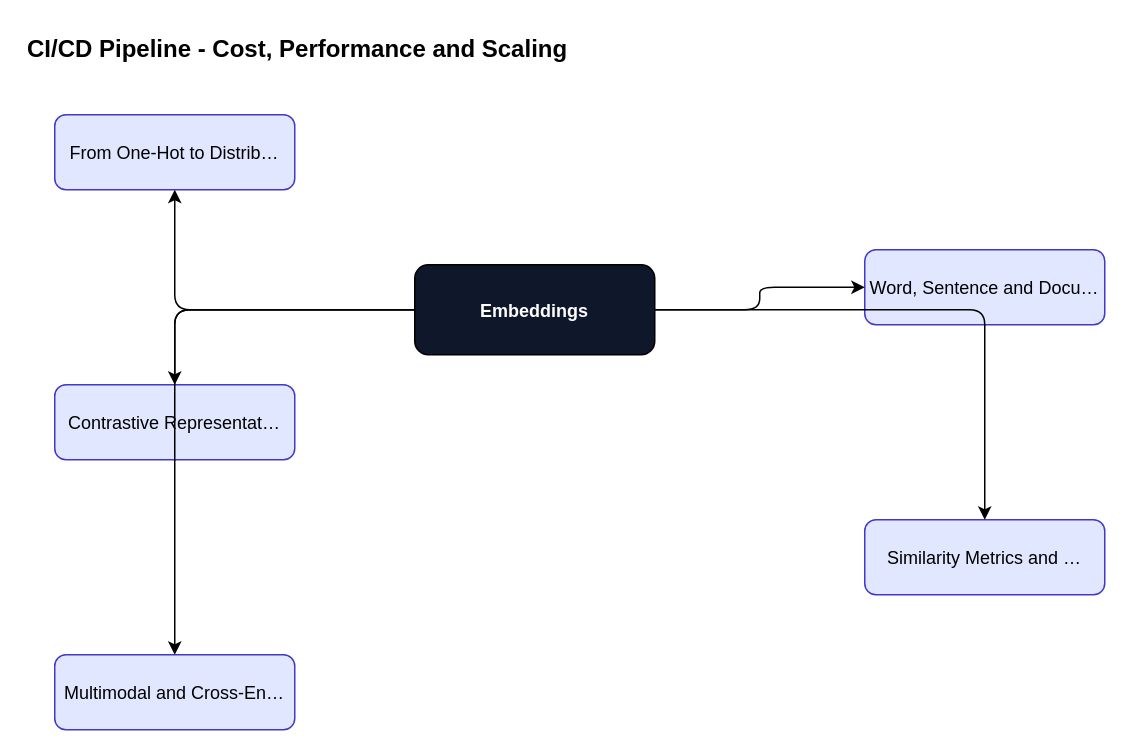
This is content/embeddings/embeddings-foundations/diagrams/fig-030-ci-cd-pipeline.drawio from ankit05121980/AI-University, a draw.io file, before an edit. Source tidied: cells renumbered, new cells numbered last; positions are measured from the earlier drawing's top-left corner, leaving out a move shared by most shapes. Both pictures are drawn from the tidied source at 150%, with x=0, y=0 at pixel (24, 24).
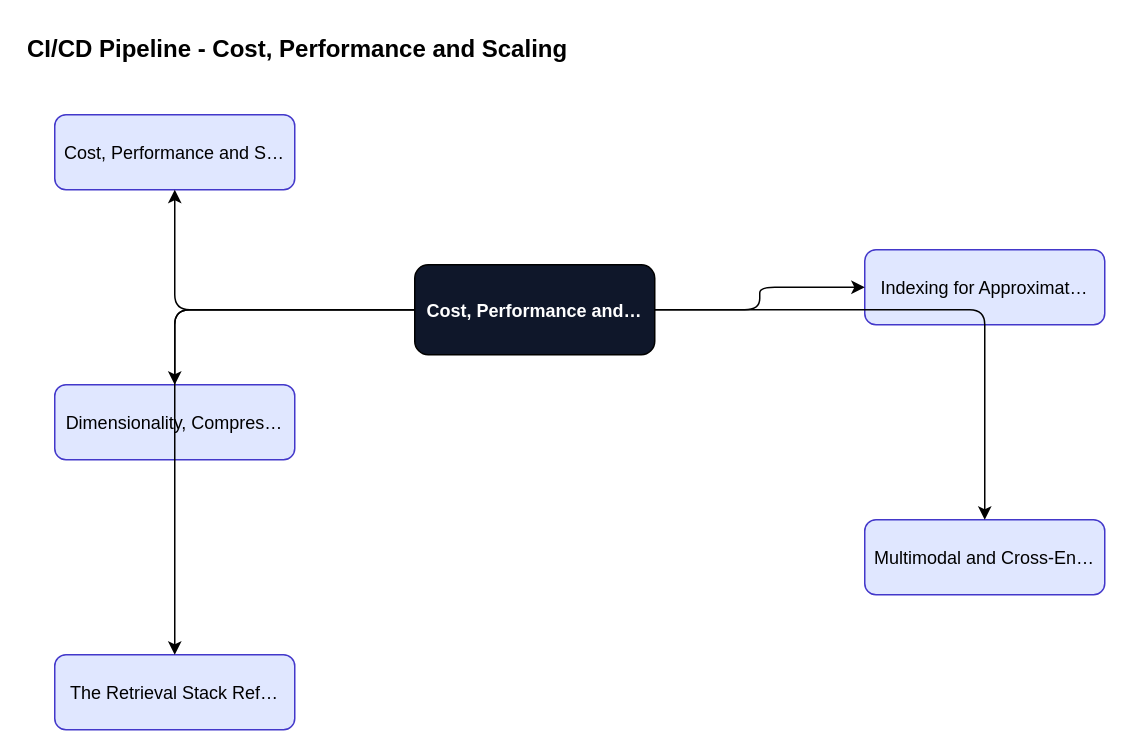
The same page after the edit.

What changed in the source:
```diff
@@
 <mxGraphModel>
   <root>
     <mxCell id="0" />
     <mxCell id="1" parent="0" />
     <mxCell id="2" value="CI/CD Pipeline - Cost, Performance and Scaling" style="text;fontSize=16;fontStyle=1;" parent="1" vertex="1">
       <mxGeometry width="600" height="30" as="geometry" />
     </mxCell>
-    <mxCell id="3" value="Embeddings" style="rounded=1;fillColor=#0f172a;fontColor=#ffffff;fontStyle=1;" parent="1" vertex="1">
+    <mxCell id="3" value="Cost, Performance and…" style="rounded=1;fillColor=#0f172a;fontColor=#ffffff;fontStyle=1;" parent="1" vertex="1">
       <mxGeometry x="260" y="160" width="160" height="60" as="geometry" />
     </mxCell>
-    <mxCell id="4" value="From One-Hot to Distrib…" style="rounded=1;fillColor=#e0e7ff;strokeColor=#4338ca;" parent="1" vertex="1">
+    <mxCell id="4" value="Cost, Performance and S…" style="rounded=1;fillColor=#e0e7ff;strokeColor=#4338ca;" parent="1" vertex="1">
       <mxGeometry x="20" y="60" width="160" height="50" as="geometry" />
     </mxCell>
     <mxCell id="5" style="edgeStyle=orthogonalEdgeStyle;" parent="1" edge="1" source="3" target="4">
       <mxGeometry relative="1" as="geometry" />
     </mxCell>
-    <mxCell id="6" value="Word, Sentence and Docu…" style="rounded=1;fillColor=#e0e7ff;strokeColor=#4338ca;" parent="1" vertex="1">
+    <mxCell id="6" value="Indexing for Approximat…" style="rounded=1;fillColor=#e0e7ff;strokeColor=#4338ca;" parent="1" vertex="1">
       <mxGeometry x="560" y="150" width="160" height="50" as="geometry" />
     </mxCell>
     <mxCell id="7" style="edgeStyle=orthogonalEdgeStyle;" parent="1" edge="1" source="3" target="6">
       <mxGeometry relative="1" as="geometry" />
     </mxCell>
-    <mxCell id="8" value="Contrastive Representat…" style="rounded=1;fillColor=#e0e7ff;strokeColor=#4338ca;" parent="1" vertex="1">
+    <mxCell id="8" value="Dimensionality, Compres…" style="rounded=1;fillColor=#e0e7ff;strokeColor=#4338ca;" parent="1" vertex="1">
       <mxGeometry x="20" y="240" width="160" height="50" as="geometry" />
     </mxCell>
     <mxCell id="9" style="edgeStyle=orthogonalEdgeStyle;" parent="1" edge="1" source="3" target="8">
       <mxGeometry relative="1" as="geometry" />
     </mxCell>
-    <mxCell id="10" value="Similarity Metrics and …" style="rounded=1;fillColor=#e0e7ff;strokeColor=#4338ca;" parent="1" vertex="1">
+    <mxCell id="10" value="Multimodal and Cross-En…" style="rounded=1;fillColor=#e0e7ff;strokeColor=#4338ca;" parent="1" vertex="1">
       <mxGeometry x="560" y="330" width="160" height="50" as="geometry" />
     </mxCell>
     <mxCell id="11" style="edgeStyle=orthogonalEdgeStyle;" parent="1" edge="1" source="3" target="10">
       <mxGeometry relative="1" as="geometry" />
     </mxCell>
-    <mxCell id="12" value="Multimodal and Cross-En…" style="rounded=1;fillColor=#e0e7ff;strokeColor=#4338ca;" parent="1" vertex="1">
+    <mxCell id="12" value="The Retrieval Stack Ref…" style="rounded=1;fillColor=#e0e7ff;strokeColor=#4338ca;" parent="1" vertex="1">
       <mxGeometry x="20" y="420" width="160" height="50" as="geometry" />
     </mxCell>
     <mxCell id="13" style="edgeStyle=orthogonalEdgeStyle;" parent="1" edge="1" source="3" target="12">
       <mxGeometry relative="1" as="geometry" />
     </mxCell>
   </root>
 </mxGraphModel>
```
